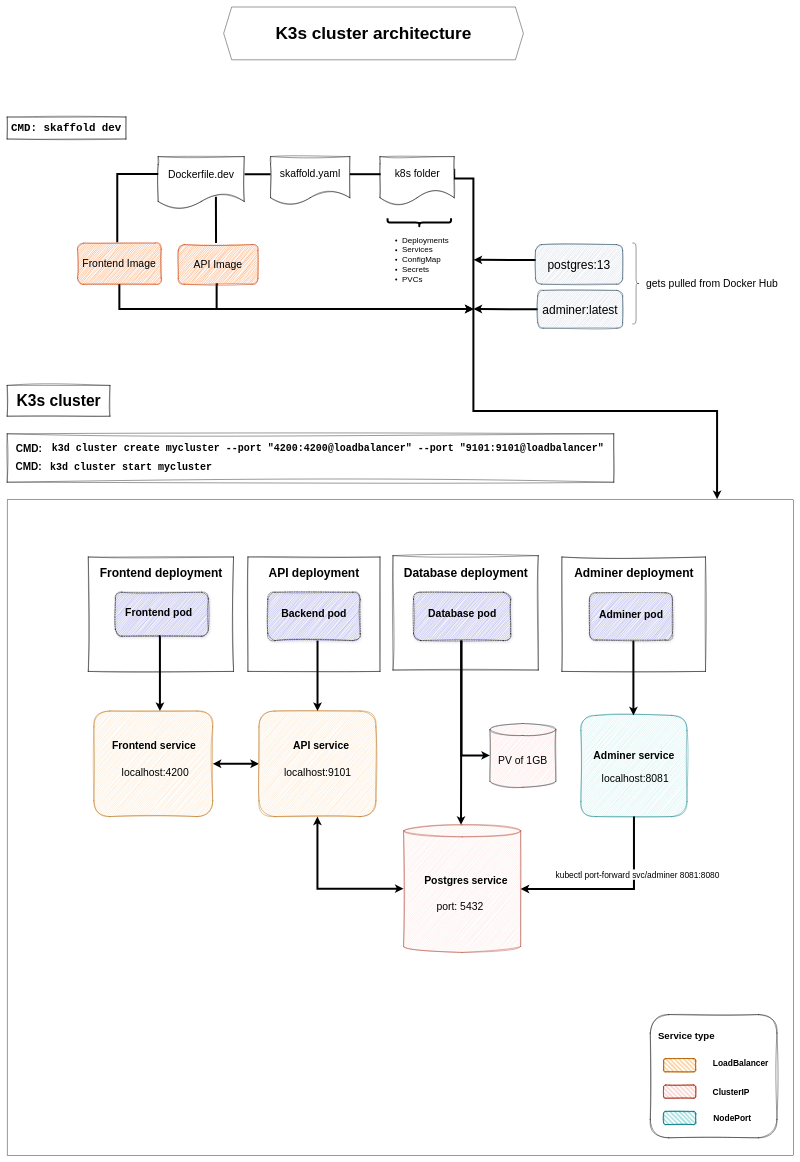
The draw.io diagram diagrams/drawio/dev-setup.drawio in Eliasdb/eDB, before the edit. Source tidied: cells renumbered, new cells numbered last; positions are measured from the earlier drawing's top-left corner, leaving out a move shared by most shapes. Both pictures are drawn from the tidied source at 40%, with x=0, y=0 at pixel (7, 7).
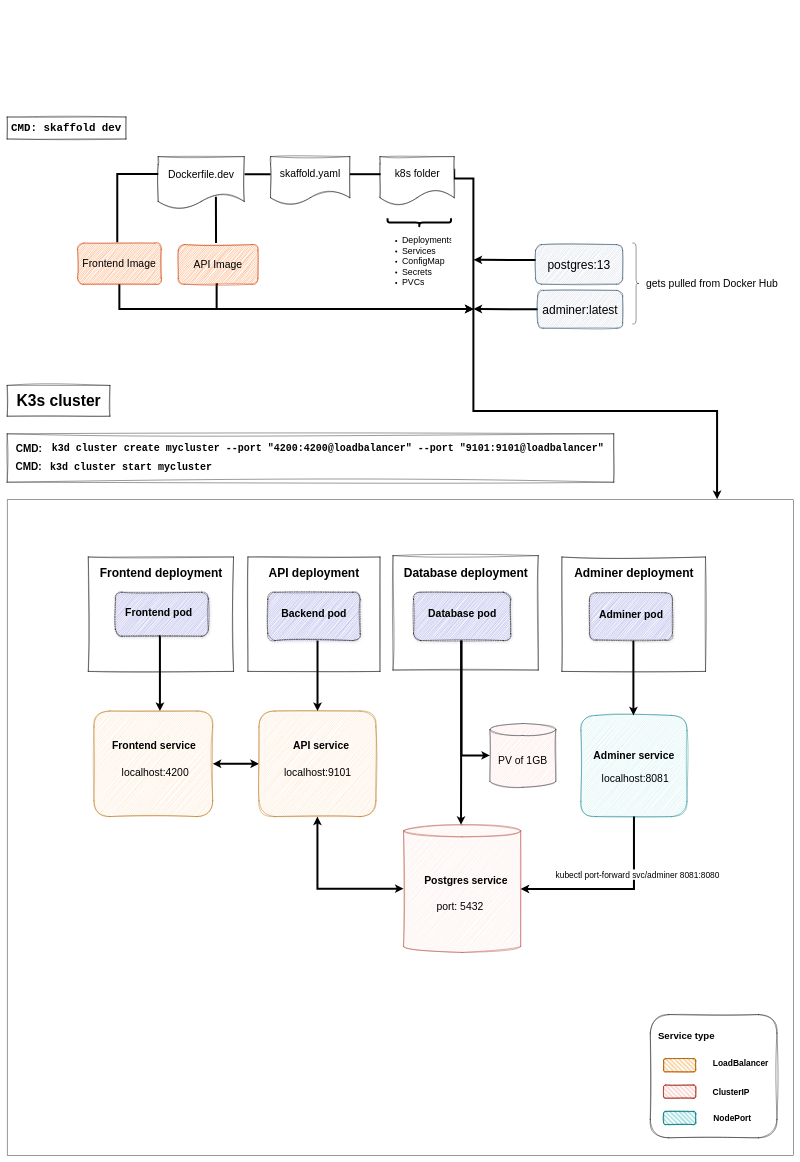
After the change.

Change to the diagram source:
```diff
@@
-    <mxCell id="10" value="&lt;ul style=&quot;&quot;&gt;&lt;li style=&quot;&quot;&gt;&lt;font style=&quot;font-size: 20px;&quot;&gt;Deployments&lt;/font&gt;&lt;/li&gt;&lt;li style=&quot;&quot;&gt;&lt;span style=&quot;background-color: initial;&quot;&gt;&lt;font style=&quot;font-size: 20px;&quot;&gt;Services&lt;/font&gt;&lt;/span&gt;&lt;/li&gt;&lt;li style=&quot;&quot;&gt;&lt;span style=&quot;background-color: initial;&quot;&gt;&lt;font style=&quot;font-size: 20px;&quot;&gt;ConfigMap&lt;/font&gt;&lt;/span&gt;&lt;/li&gt;&lt;li style=&quot;&quot;&gt;&lt;span style=&quot;background-color: initial;&quot;&gt;&lt;font style=&quot;font-size: 20px;&quot;&gt;Secrets&lt;/font&gt;&lt;/span&gt;&lt;/li&gt;&lt;li style=&quot;&quot;&gt;&lt;span style=&quot;background-color: initial;&quot;&gt;&lt;font style=&quot;font-size: 20px;&quot;&gt;PVCs&lt;/font&gt;&lt;/span&gt;&lt;/li&gt;&lt;/ul&gt;" style="text;strokeColor=none;fillColor=none;html=1;whiteSpace=wrap;verticalAlign=middle;overflow=hidden;rounded=0;sketch=1;curveFitting=1;jiggle=2;fontSize=17;" parent="1" vertex="1">
+    <mxCell id="10" value="&lt;ul style=&quot;&quot;&gt;&lt;li style=&quot;&quot;&gt;&lt;font style=&quot;font-size: 22px;&quot;&gt;Deployments&lt;/font&gt;&lt;/li&gt;&lt;li style=&quot;&quot;&gt;&lt;span style=&quot;background-color: initial;&quot;&gt;&lt;font style=&quot;font-size: 22px;&quot;&gt;Services&lt;/font&gt;&lt;/span&gt;&lt;/li&gt;&lt;li style=&quot;&quot;&gt;&lt;span style=&quot;background-color: initial;&quot;&gt;&lt;font style=&quot;font-size: 22px;&quot;&gt;ConfigMap&lt;/font&gt;&lt;/span&gt;&lt;/li&gt;&lt;li style=&quot;&quot;&gt;&lt;span style=&quot;background-color: initial;&quot;&gt;&lt;font style=&quot;font-size: 22px;&quot;&gt;Secrets&lt;/font&gt;&lt;/span&gt;&lt;/li&gt;&lt;li style=&quot;&quot;&gt;&lt;span style=&quot;background-color: initial;&quot;&gt;&lt;font style=&quot;font-size: 22px;&quot;&gt;PVCs&lt;/font&gt;&lt;/span&gt;&lt;/li&gt;&lt;/ul&gt;" style="text;strokeColor=none;fillColor=none;html=1;whiteSpace=wrap;verticalAlign=middle;overflow=hidden;rounded=0;sketch=1;curveFitting=1;jiggle=2;fontSize=17;" parent="1" vertex="1">
       <mxGeometry x="945.9" y="550.5" width="165" height="158" as="geometry" />
     </mxCell>
@@
-    <mxCell id="77" value="&lt;font style=&quot;font-size: 43px;&quot;&gt;&lt;b&gt;K3s cluster architecture&lt;/b&gt;&lt;/font&gt;" style="shape=hexagon;perimeter=hexagonPerimeter2;whiteSpace=wrap;html=1;fixedSize=1;" parent="1" vertex="1">
-      <mxGeometry x="541.7" width="749.3" height="132" as="geometry" />
-    </mxCell>
```
